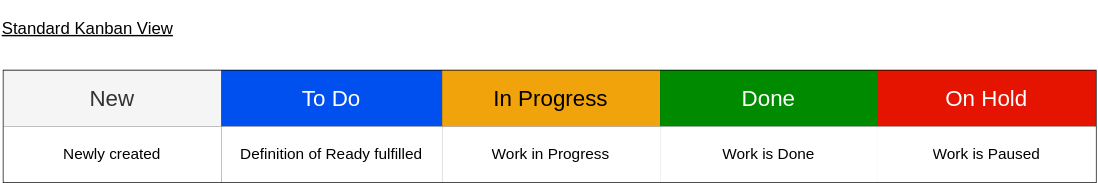
This is docs/platform_management_plan/_assets/score_project_management_kanban.drawio.svg from eclipse-score/score, a draw.io export, as it was before one commit. Source tidied: cells renumbered, new cells last; positions are measured from the earlier drawing's top-left corner, leaving out a move shared by most shapes. Source of this version:
```xml
<mxGraphModel>
  <root>
    <mxCell id="0" />
    <mxCell id="1" parent="0" />
    <mxCell id="2" style="shape=table;startSize=0;fontSize=16;fillColor=light-dark(#000000,#FF9281);fontColor=#ffffff;strokeColor=#000000;" parent="1" vertex="1">
      <mxGeometry y="50" width="782" height="80" as="geometry" />
    </mxCell>
    <mxCell id="3" style="shape=tableRow;horizontal=0;startSize=0;swimlaneHead=0;swimlaneBody=0;strokeColor=inherit;top=0;left=0;bottom=0;right=0;fillColor=none;points=[[0,0.5],[1,0.5]];portConstraint=eastwest;fontSize=16;" parent="2" vertex="1">
      <mxGeometry width="782" height="40" as="geometry" />
    </mxCell>
    <mxCell id="4" value="New" style="shape=partialRectangle;html=1;whiteSpace=wrap;strokeColor=#000000;overflow=hidden;fillColor=#f5f5f5;top=0;left=0;bottom=0;right=0;fontSize=16;fontColor=#333333;" parent="3" vertex="1">
      <mxGeometry width="156" height="40" as="geometry" />
    </mxCell>
    <mxCell id="5" value="To Do" style="shape=partialRectangle;html=1;whiteSpace=wrap;strokeColor=#000000;overflow=hidden;fillColor=#0050ef;top=0;left=0;bottom=0;right=0;fontSize=16;fontColor=#ffffff;" parent="3" vertex="1">
      <mxGeometry x="156" width="158" height="40" as="geometry" />
    </mxCell>
    <mxCell id="6" value="In Progress" style="shape=partialRectangle;html=1;whiteSpace=wrap;strokeColor=#000000;overflow=hidden;fillColor=#f0a30a;top=0;left=0;bottom=0;right=0;fontSize=16;fontColor=#000000;" parent="3" vertex="1">
      <mxGeometry x="314" width="156" height="40" as="geometry" />
    </mxCell>
    <mxCell id="7" value="Done" style="shape=partialRectangle;html=1;whiteSpace=wrap;strokeColor=#000000;overflow=hidden;fillColor=#008a00;top=0;left=0;bottom=0;right=0;fontSize=16;fontColor=#ffffff;" parent="3" vertex="1">
      <mxGeometry x="470" width="156" height="40" as="geometry" />
    </mxCell>
    <mxCell id="8" value="On Hold" style="shape=partialRectangle;html=1;whiteSpace=wrap;strokeColor=#000000;overflow=hidden;fillColor=#e51400;top=0;left=0;bottom=0;right=0;fontSize=16;fontColor=#ffffff;" parent="3" vertex="1">
      <mxGeometry x="626" width="156" height="40" as="geometry" />
    </mxCell>
    <mxCell id="9" style="shape=tableRow;horizontal=0;startSize=0;swimlaneHead=0;swimlaneBody=0;strokeColor=inherit;top=0;left=0;bottom=0;right=0;fillColor=none;fontSize=16;" parent="2" vertex="1">
      <mxGeometry y="40" width="782" height="40" as="geometry" />
    </mxCell>
    <mxCell id="10" value="&lt;font&gt;Newly created&lt;/font&gt;" style="shape=partialRectangle;html=1;whiteSpace=wrap;overflow=hidden;top=0;left=0;bottom=0;right=0;fontSize=11;strokeColor=#000000;" parent="9" vertex="1">
      <mxGeometry width="156" height="40" as="geometry" />
    </mxCell>
    <mxCell id="11" value="Definition of Ready fulfilled" style="shape=partialRectangle;html=1;whiteSpace=wrap;overflow=hidden;top=0;left=0;bottom=0;right=0;fontSize=11;strokeColor=#000000;" parent="9" vertex="1">
      <mxGeometry x="156" width="158" height="40" as="geometry" />
    </mxCell>
    <mxCell id="12" value="Work in Progress" style="shape=partialRectangle;html=1;whiteSpace=wrap;overflow=hidden;top=0;left=0;bottom=0;right=0;fontSize=11;strokeColor=#000000;" parent="9" vertex="1">
      <mxGeometry x="314" width="156" height="40" as="geometry" />
    </mxCell>
    <mxCell id="13" value="Work is Done" style="shape=partialRectangle;html=1;whiteSpace=wrap;overflow=hidden;top=0;left=0;bottom=0;right=0;fontSize=11;strokeColor=#000000;" parent="9" vertex="1">
      <mxGeometry x="470" width="156" height="40" as="geometry" />
    </mxCell>
    <mxCell id="14" value="Work is Paused" style="shape=partialRectangle;html=1;whiteSpace=wrap;overflow=hidden;top=0;left=0;bottom=0;right=0;fontSize=11;strokeColor=#000000;" parent="9" vertex="1">
      <mxGeometry x="626" width="156" height="40" as="geometry" />
    </mxCell>
    <mxCell id="15" style="edgeStyle=none;html=1;exitX=0.5;exitY=0;exitDx=0;exitDy=0;" parent="2" edge="1" source="2" target="3">
      <mxGeometry relative="1" as="geometry" />
    </mxCell>
    <mxCell id="16" value="Standard Kanban View" style="text;strokeColor=none;fillColor=none;html=1;fontSize=12;fontStyle=4;verticalAlign=middle;align=center;" parent="1" vertex="1">
      <mxGeometry x="10" width="100" height="40" as="geometry" />
    </mxCell>
  </root>
</mxGraphModel>
```
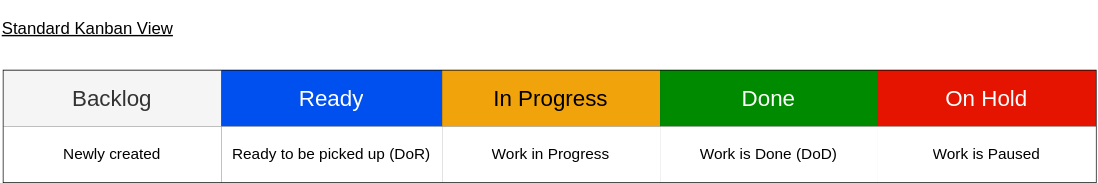
After the commit.

What changed in the source:
```diff
@@ -8,10 +8,10 @@
     <mxCell id="3" style="shape=tableRow;horizontal=0;startSize=0;swimlaneHead=0;swimlaneBody=0;strokeColor=inherit;top=0;left=0;bottom=0;right=0;fillColor=none;points=[[0,0.5],[1,0.5]];portConstraint=eastwest;fontSize=16;" parent="2" vertex="1">
       <mxGeometry width="782" height="40" as="geometry" />
     </mxCell>
-    <mxCell id="4" value="New" style="shape=partialRectangle;html=1;whiteSpace=wrap;strokeColor=#000000;overflow=hidden;fillColor=#f5f5f5;top=0;left=0;bottom=0;right=0;fontSize=16;fontColor=#333333;" parent="3" vertex="1">
+    <mxCell id="4" value="Backlog" style="shape=partialRectangle;html=1;whiteSpace=wrap;strokeColor=#000000;overflow=hidden;fillColor=#f5f5f5;top=0;left=0;bottom=0;right=0;fontSize=16;fontColor=#333333;" parent="3" vertex="1">
       <mxGeometry width="156" height="40" as="geometry" />
     </mxCell>
-    <mxCell id="5" value="To Do" style="shape=partialRectangle;html=1;whiteSpace=wrap;strokeColor=#000000;overflow=hidden;fillColor=#0050ef;top=0;left=0;bottom=0;right=0;fontSize=16;fontColor=#ffffff;" parent="3" vertex="1">
+    <mxCell id="5" value="Ready" style="shape=partialRectangle;html=1;whiteSpace=wrap;strokeColor=#000000;overflow=hidden;fillColor=#0050ef;top=0;left=0;bottom=0;right=0;fontSize=16;fontColor=#ffffff;" parent="3" vertex="1">
       <mxGeometry x="156" width="158" height="40" as="geometry" />
     </mxCell>
     <mxCell id="6" value="In Progress" style="shape=partialRectangle;html=1;whiteSpace=wrap;strokeColor=#000000;overflow=hidden;fillColor=#f0a30a;top=0;left=0;bottom=0;right=0;fontSize=16;fontColor=#000000;" parent="3" vertex="1">
@@ -29,13 +29,13 @@
     <mxCell id="10" value="&lt;font&gt;Newly created&lt;/font&gt;" style="shape=partialRectangle;html=1;whiteSpace=wrap;overflow=hidden;top=0;left=0;bottom=0;right=0;fontSize=11;strokeColor=#000000;" parent="9" vertex="1">
       <mxGeometry width="156" height="40" as="geometry" />
     </mxCell>
-    <mxCell id="11" value="Definition of Ready fulfilled" style="shape=partialRectangle;html=1;whiteSpace=wrap;overflow=hidden;top=0;left=0;bottom=0;right=0;fontSize=11;strokeColor=#000000;" parent="9" vertex="1">
+    <mxCell id="11" value="Ready to be picked up (DoR)" style="shape=partialRectangle;html=1;whiteSpace=wrap;overflow=hidden;top=0;left=0;bottom=0;right=0;fontSize=11;strokeColor=#000000;" parent="9" vertex="1">
       <mxGeometry x="156" width="158" height="40" as="geometry" />
     </mxCell>
     <mxCell id="12" value="Work in Progress" style="shape=partialRectangle;html=1;whiteSpace=wrap;overflow=hidden;top=0;left=0;bottom=0;right=0;fontSize=11;strokeColor=#000000;" parent="9" vertex="1">
       <mxGeometry x="314" width="156" height="40" as="geometry" />
     </mxCell>
-    <mxCell id="13" value="Work is Done" style="shape=partialRectangle;html=1;whiteSpace=wrap;overflow=hidden;top=0;left=0;bottom=0;right=0;fontSize=11;strokeColor=#000000;" parent="9" vertex="1">
+    <mxCell id="13" value="Work is Done (DoD)" style="shape=partialRectangle;html=1;whiteSpace=wrap;overflow=hidden;top=0;left=0;bottom=0;right=0;fontSize=11;strokeColor=#000000;" parent="9" vertex="1">
       <mxGeometry x="470" width="156" height="40" as="geometry" />
     </mxCell>
     <mxCell id="14" value="Work is Paused" style="shape=partialRectangle;html=1;whiteSpace=wrap;overflow=hidden;top=0;left=0;bottom=0;right=0;fontSize=11;strokeColor=#000000;" parent="9" vertex="1">
```
